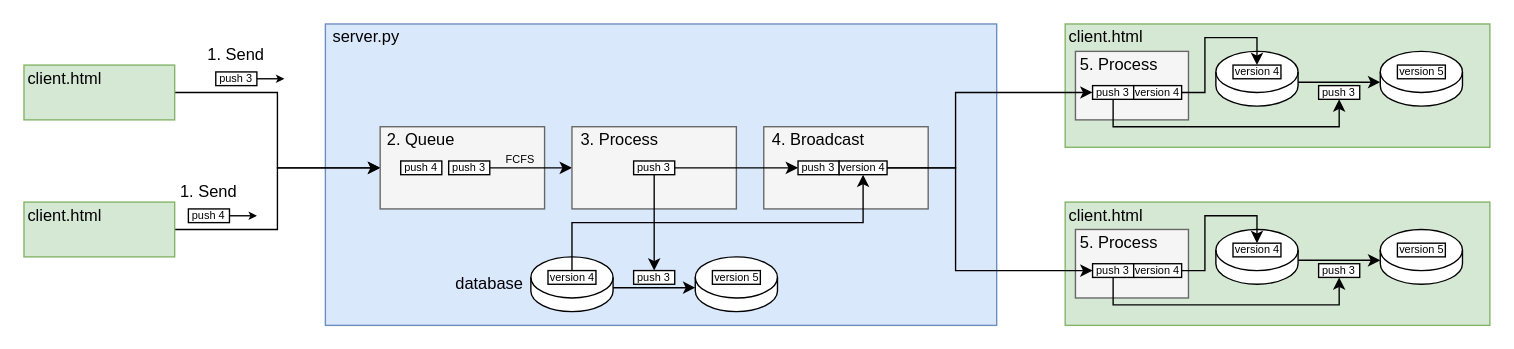
Before: Drafts/flask.drawio in xrysamuel/my-drawio, a draw.io diagram. Source tidied: cells renumbered, new cells numbered last; positions are measured from the earlier drawing's top-left corner, leaving out a move shared by most shapes. Both pictures are drawn from the tidied source at 137%, with x=0, y=0 at pixel (23, 23).
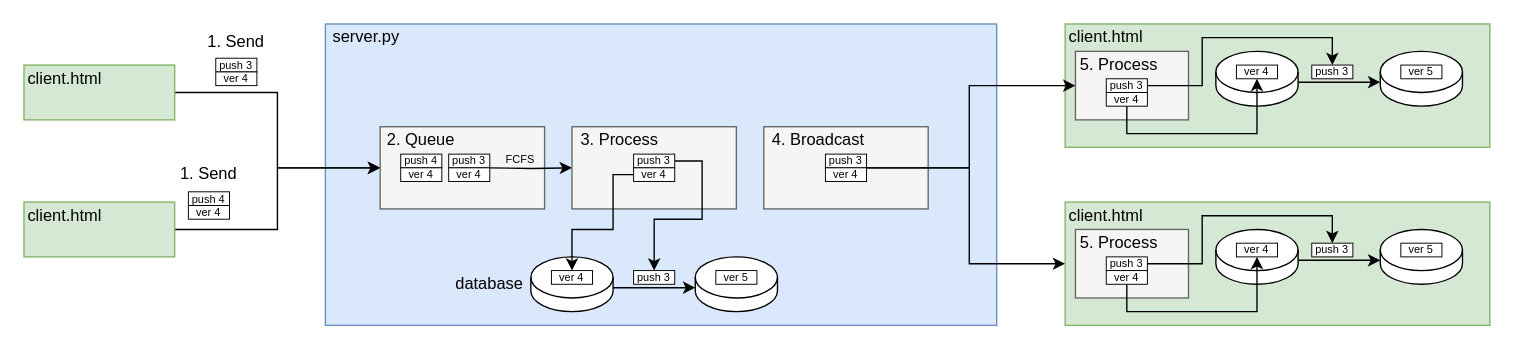
Above is the later version.

The change refers to these unchanged cells:
```xml
<mxCell id="23" style="rounded=0;whiteSpace=wrap;html=1;fillColor=#f5f5f5;fontColor=#333333;strokeColor=#666666;" parent="1" vertex="1">
  <mxGeometry x="400" y="75" width="120" height="60" as="geometry" />
</mxCell>
<mxCell id="55" style="rounded=0;whiteSpace=wrap;html=1;fillColor=#f5f5f5;fontColor=#333333;strokeColor=#666666;" parent="1" vertex="1">
  <mxGeometry x="767.5" y="20" width="82.5" height="50" as="geometry" />
</mxCell>
```

The edit, as a diff of the source:
```diff
@@
-    <mxCell id="2" style="rounded=0;whiteSpace=wrap;html=1;fillColor=#d5e8d4;strokeColor=#82b366;" parent="1" vertex="1">
-      <mxGeometry x="760" y="130" width="310" height="90" as="geometry" />
-    </mxCell>
-    <mxCell id="3" style="rounded=0;whiteSpace=wrap;html=1;fillColor=#f5f5f5;fontColor=#333333;strokeColor=#666666;" parent="1" vertex="1">
-      <mxGeometry x="767.5" y="150" width="82.5" height="50" as="geometry" />
-    </mxCell>
@@
-    <mxCell id="14" style="edgeStyle=orthogonalEdgeStyle;rounded=0;jettySize=auto;html=1;exitX=1;exitY=0.5;exitDx=0;exitDy=0;endSize=3;startSize=3;" parent="1" edge="1" source="15">
-      <mxGeometry relative="1" as="geometry">
-        <mxPoint x="190" y="40" as="targetPoint" />
-      </mxGeometry>
-    </mxCell>
-    <mxCell id="15" value="push 3" style="rounded=0;whiteSpace=wrap;html=1;fontSize=8;strokeWidth=1;" parent="1" vertex="1">
-      <mxGeometry x="140" y="35" width="30" height="10" as="geometry" />
-    </mxCell>
-    <mxCell id="16" style="edgeStyle=orthogonalEdgeStyle;rounded=0;jettySize=auto;html=1;exitX=1;exitY=0.5;exitDx=0;exitDy=0;endArrow=classic;endFill=1;strokeWidth=1;endSize=3;startSize=3;" parent="1" edge="1" source="17">
-      <mxGeometry relative="1" as="geometry">
-        <mxPoint x="170" y="140" as="targetPoint" />
-      </mxGeometry>
-    </mxCell>
-    <mxCell id="17" value="push 4" style="rounded=0;whiteSpace=wrap;html=1;fontSize=8;strokeWidth=1;" parent="1" vertex="1">
-      <mxGeometry x="120" y="135" width="30" height="10" as="geometry" />
+    <mxCell id="17" value="push 4" style="rounded=0;whiteSpace=wrap;html=1;fontSize=8;strokeWidth=0.7;" parent="1" vertex="1">
+      <mxGeometry x="120" y="122.5" width="30" height="10" as="geometry" />
     </mxCell>
     <mxCell id="18" value="1. Send" style="text;html=1;align=center;verticalAlign=middle;whiteSpace=wrap;rounded=0;" parent="1" vertex="1">
-      <mxGeometry x="125" y="10" width="60" height="25" as="geometry" />
+      <mxGeometry x="125" width="60" height="25" as="geometry" />
     </mxCell>
     <mxCell id="19" value="1. Send" style="text;html=1;align=center;verticalAlign=middle;whiteSpace=wrap;rounded=0;" parent="1" vertex="1">
-      <mxGeometry x="105" y="110" width="60" height="25" as="geometry" />
+      <mxGeometry x="105" y="97.5" width="60" height="25" as="geometry" />
     </mxCell>
-    <mxCell id="20" value="push 4" style="rounded=0;whiteSpace=wrap;html=1;fontSize=8;strokeWidth=1;" parent="1" vertex="1">
-      <mxGeometry x="275" y="100" width="30" height="10" as="geometry" />
-    </mxCell>
-    <mxCell id="21" style="edgeStyle=orthogonalEdgeStyle;rounded=0;jettySize=auto;html=1;exitX=1;exitY=0.5;exitDx=0;exitDy=0;" parent="1" edge="1" source="22" target="23">
-      <mxGeometry relative="1" as="geometry" />
+    <mxCell id="21" style="edgeStyle=orthogonalEdgeStyle;rounded=0;jettySize=auto;html=1;exitX=1;exitY=0.5;exitDx=0;exitDy=0;" parent="1" edge="1" target="23">
+      <mxGeometry relative="1" as="geometry">
+        <mxPoint x="340" y="105" as="sourcePoint" />
+      </mxGeometry>
     </mxCell>
-    <mxCell id="22" value="push 3" style="rounded=0;whiteSpace=wrap;html=1;fontSize=8;strokeWidth=1;" parent="1" vertex="1">
-      <mxGeometry x="310" y="100" width="30" height="10" as="geometry" />
-    </mxCell>
@@
-    <mxCell id="26" style="edgeStyle=orthogonalEdgeStyle;rounded=0;jettySize=auto;html=1;exitX=0.5;exitY=1;exitDx=0;exitDy=0;entryX=0.5;entryY=0;entryDx=0;entryDy=0;" parent="1" edge="1" source="27" target="37">
-      <mxGeometry relative="1" as="geometry" />
-    </mxCell>
-    <mxCell id="27" value="push 3" style="rounded=0;whiteSpace=wrap;html=1;fontSize=8;strokeWidth=1;" parent="1" vertex="1">
-      <mxGeometry x="445" y="100" width="30" height="10" as="geometry" />
-    </mxCell>
@@
-    <mxCell id="31" value="push 3" style="rounded=0;whiteSpace=wrap;html=1;fontSize=8;strokeWidth=1;" parent="1" vertex="1">
-      <mxGeometry x="565" y="100" width="30" height="10" as="geometry" />
-    </mxCell>
-    <mxCell id="32" style="edgeStyle=orthogonalEdgeStyle;rounded=0;jettySize=auto;html=1;exitX=0.5;exitY=0;exitDx=0;exitDy=0;entryX=0.5;entryY=1;entryDx=0;entryDy=0;" parent="1" edge="1" source="33" target="39">
-      <mxGeometry relative="1" as="geometry" />
-    </mxCell>
-    <mxCell id="33" value="version 4" style="rounded=0;whiteSpace=wrap;html=1;fontSize=8;strokeWidth=1;" parent="1" vertex="1">
-      <mxGeometry x="382.5" y="180" width="35" height="10" as="geometry" />
-    </mxCell>
@@
-    <mxCell id="35" value="version 5" style="rounded=0;whiteSpace=wrap;html=1;fontSize=8;strokeWidth=1;" parent="1" vertex="1">
-      <mxGeometry x="502.5" y="180" width="35" height="10" as="geometry" />
-    </mxCell>
@@
-    <mxCell id="37" value="push 3" style="rounded=0;whiteSpace=wrap;html=1;fontSize=8;strokeWidth=1;" parent="1" vertex="1">
-      <mxGeometry x="445" y="180" width="30" height="10" as="geometry" />
-    </mxCell>
-    <mxCell id="38" style="edgeStyle=orthogonalEdgeStyle;rounded=0;jettySize=auto;html=1;exitX=1;exitY=0.5;exitDx=0;exitDy=0;entryX=0;entryY=0.5;entryDx=0;entryDy=0;" parent="1" edge="1" source="39" target="44">
-      <mxGeometry relative="1" as="geometry">
-        <Array as="points">
-          <mxPoint x="680" y="105" />
-          <mxPoint x="680" y="180" />
-        </Array>
-      </mxGeometry>
-    </mxCell>
-    <mxCell id="39" value="version 4" style="rounded=0;whiteSpace=wrap;html=1;fontSize=8;strokeWidth=1;" parent="1" vertex="1">
-      <mxGeometry x="595" y="100" width="35" height="10" as="geometry" />
-    </mxCell>
@@
-    <mxCell id="41" style="edgeStyle=orthogonalEdgeStyle;rounded=0;jettySize=auto;html=1;exitX=1;exitY=0.5;exitDx=0;exitDy=0;entryX=0;entryY=0.5;entryDx=0;entryDy=0;" parent="1" edge="1" source="27" target="31">
-      <mxGeometry relative="1" as="geometry" />
-    </mxCell>
-    <mxCell id="42" value="client.html" style="text;html=1;align=center;verticalAlign=middle;whiteSpace=wrap;rounded=0;" parent="1" vertex="1">
-      <mxGeometry x="760" y="130" width="60" height="20" as="geometry" />
-    </mxCell>
-    <mxCell id="43" style="edgeStyle=orthogonalEdgeStyle;rounded=0;jettySize=auto;html=1;exitX=0.5;exitY=1;exitDx=0;exitDy=0;entryX=0.5;entryY=1;entryDx=0;entryDy=0;" parent="1" edge="1" source="44" target="51">
-      <mxGeometry relative="1" as="geometry" />
-    </mxCell>
-    <mxCell id="44" value="push 3" style="rounded=0;whiteSpace=wrap;html=1;fontSize=8;strokeWidth=1;" parent="1" vertex="1">
-      <mxGeometry x="780" y="175" width="30" height="10" as="geometry" />
-    </mxCell>
-    <mxCell id="45" value="version 4" style="rounded=0;whiteSpace=wrap;html=1;fontSize=8;strokeWidth=1;" parent="1" vertex="1">
-      <mxGeometry x="810" y="175" width="35" height="10" as="geometry" />
-    </mxCell>
-    <mxCell id="46" style="shape=cylinder3;whiteSpace=wrap;html=1;boundedLbl=1;backgroundOutline=1;size=15;" parent="1" vertex="1">
-      <mxGeometry x="870" y="150" width="60" height="40" as="geometry" />
-    </mxCell>
-    <mxCell id="47" value="version 4" style="rounded=0;whiteSpace=wrap;html=1;fontSize=8;strokeWidth=1;" parent="1" vertex="1">
-      <mxGeometry x="882.5" y="160" width="35" height="10" as="geometry" />
-    </mxCell>
-    <mxCell id="48" style="shape=cylinder3;whiteSpace=wrap;html=1;boundedLbl=1;backgroundOutline=1;size=15;" parent="1" vertex="1">
-      <mxGeometry x="990" y="150" width="60" height="40" as="geometry" />
-    </mxCell>
-    <mxCell id="49" value="version 5" style="rounded=0;whiteSpace=wrap;html=1;fontSize=8;strokeWidth=1;" parent="1" vertex="1">
-      <mxGeometry x="1002.5" y="160" width="35" height="10" as="geometry" />
-    </mxCell>
-    <mxCell id="50" style="edgeStyle=orthogonalEdgeStyle;rounded=0;jettySize=auto;html=1;exitX=1;exitY=0;exitDx=0;exitDy=22.5;exitPerimeter=0;entryX=0;entryY=0;entryDx=0;entryDy=22.5;entryPerimeter=0;" parent="1" edge="1" source="46" target="48">
-      <mxGeometry relative="1" as="geometry" />
-    </mxCell>
-    <mxCell id="51" value="push 3" style="rounded=0;whiteSpace=wrap;html=1;fontSize=8;strokeWidth=1;" parent="1" vertex="1">
-      <mxGeometry x="945" y="175" width="30" height="10" as="geometry" />
-    </mxCell>
-    <mxCell id="52" value="5. Process" style="text;html=1;align=center;verticalAlign=middle;whiteSpace=wrap;rounded=0;" parent="1" vertex="1">
-      <mxGeometry x="767.5" y="150" width="62.5" height="20" as="geometry" />
-    </mxCell>
-    <mxCell id="53" style="edgeStyle=orthogonalEdgeStyle;rounded=0;jettySize=auto;html=1;exitX=1;exitY=0.5;exitDx=0;exitDy=0;entryX=0.5;entryY=0;entryDx=0;entryDy=0;" parent="1" edge="1" source="45" target="47">
-      <mxGeometry relative="1" as="geometry">
-        <Array as="points">
-          <mxPoint x="862" y="180" />
-          <mxPoint x="862" y="140" />
-          <mxPoint x="900" y="140" />
-        </Array>
-      </mxGeometry>
-    </mxCell>
@@
-    <mxCell id="57" style="edgeStyle=orthogonalEdgeStyle;rounded=0;jettySize=auto;html=1;exitX=0.5;exitY=1;exitDx=0;exitDy=0;entryX=0.5;entryY=1;entryDx=0;entryDy=0;" parent="1" edge="1" source="58" target="65">
-      <mxGeometry relative="1" as="geometry" />
-    </mxCell>
-    <mxCell id="58" value="push 3" style="rounded=0;whiteSpace=wrap;html=1;fontSize=8;strokeWidth=1;" parent="1" vertex="1">
-      <mxGeometry x="780" y="45" width="30" height="10" as="geometry" />
-    </mxCell>
-    <mxCell id="59" value="version 4" style="rounded=0;whiteSpace=wrap;html=1;fontSize=8;strokeWidth=1;" parent="1" vertex="1">
-      <mxGeometry x="810" y="45" width="35" height="10" as="geometry" />
-    </mxCell>
@@
-    <mxCell id="61" value="version 4" style="rounded=0;whiteSpace=wrap;html=1;fontSize=8;strokeWidth=1;" parent="1" vertex="1">
-      <mxGeometry x="882.5" y="30" width="35" height="10" as="geometry" />
-    </mxCell>
@@
-    <mxCell id="63" value="version 5" style="rounded=0;whiteSpace=wrap;html=1;fontSize=8;strokeWidth=1;" parent="1" vertex="1">
-      <mxGeometry x="1002.5" y="30" width="35" height="10" as="geometry" />
-    </mxCell>
@@
-    <mxCell id="65" value="push 3" style="rounded=0;whiteSpace=wrap;html=1;fontSize=8;strokeWidth=1;" parent="1" vertex="1">
-      <mxGeometry x="945" y="45" width="30" height="10" as="geometry" />
-    </mxCell>
@@
-    <mxCell id="67" style="edgeStyle=orthogonalEdgeStyle;rounded=0;jettySize=auto;html=1;exitX=1;exitY=0.5;exitDx=0;exitDy=0;entryX=0.5;entryY=0;entryDx=0;entryDy=0;" parent="1" edge="1" source="59" target="61">
-      <mxGeometry relative="1" as="geometry">
-        <Array as="points">
-          <mxPoint x="862" y="50" />
-          <mxPoint x="862" y="10" />
-          <mxPoint x="900" y="10" />
-        </Array>
-      </mxGeometry>
-    </mxCell>
-    <mxCell id="68" style="edgeStyle=orthogonalEdgeStyle;rounded=0;jettySize=auto;html=1;exitX=1;exitY=0.5;exitDx=0;exitDy=0;entryX=0;entryY=0.5;entryDx=0;entryDy=0;" parent="1" edge="1" source="39" target="58">
-      <mxGeometry relative="1" as="geometry">
-        <Array as="points">
-          <mxPoint x="680" y="105" />
-          <mxPoint x="680" y="50" />
-        </Array>
-      </mxGeometry>
-    </mxCell>
+    <mxCell id="69" value="ver 4" style="rounded=0;whiteSpace=wrap;html=1;fontSize=8;strokeWidth=0.7;" parent="1" vertex="1">
+      <mxGeometry x="120" y="132.5" width="30" height="10" as="geometry" />
+    </mxCell>
+    <mxCell id="70" value="push 3" style="rounded=0;whiteSpace=wrap;html=1;fontSize=8;strokeWidth=0.7;" parent="1" vertex="1">
+      <mxGeometry x="140" y="25" width="30" height="10" as="geometry" />
+    </mxCell>
+    <mxCell id="71" value="ver 4" style="rounded=0;whiteSpace=wrap;html=1;fontSize=8;strokeWidth=0.7;" parent="1" vertex="1">
+      <mxGeometry x="140" y="35" width="30" height="10" as="geometry" />
+    </mxCell>
+    <mxCell id="72" value="push 3" style="rounded=0;whiteSpace=wrap;html=1;fontSize=8;strokeWidth=0.7;" parent="1" vertex="1">
+      <mxGeometry x="310" y="95" width="30" height="10" as="geometry" />
+    </mxCell>
+    <mxCell id="73" value="ver 4" style="rounded=0;whiteSpace=wrap;html=1;fontSize=8;strokeWidth=0.7;" parent="1" vertex="1">
+      <mxGeometry x="310" y="105" width="30" height="10" as="geometry" />
+    </mxCell>
+    <mxCell id="20" value="push 4" style="rounded=0;whiteSpace=wrap;html=1;fontSize=8;strokeWidth=0.7;" parent="1" vertex="1">
+      <mxGeometry x="275" y="95" width="30" height="10" as="geometry" />
+    </mxCell>
+    <mxCell id="74" value="ver 4" style="rounded=0;whiteSpace=wrap;html=1;fontSize=8;strokeWidth=0.7;" parent="1" vertex="1">
+      <mxGeometry x="275" y="105" width="30" height="10" as="geometry" />
+    </mxCell>
+    <mxCell id="75" style="edgeStyle=orthogonalEdgeStyle;rounded=0;jettySize=auto;html=1;exitX=1;exitY=0.5;exitDx=0;exitDy=0;entryX=0.5;entryY=0;entryDx=0;entryDy=0;" parent="1" edge="1" source="76" target="81">
+      <mxGeometry relative="1" as="geometry" />
+    </mxCell>
+    <mxCell id="76" value="push 3" style="rounded=0;whiteSpace=wrap;html=1;fontSize=8;strokeWidth=0.7;" parent="1" vertex="1">
+      <mxGeometry x="445" y="95" width="30" height="10" as="geometry" />
+    </mxCell>
+    <mxCell id="77" style="edgeStyle=orthogonalEdgeStyle;rounded=0;jettySize=auto;html=1;exitX=0;exitY=0.5;exitDx=0;exitDy=0;entryX=0.5;entryY=0;entryDx=0;entryDy=0;" parent="1" edge="1" source="78" target="79">
+      <mxGeometry relative="1" as="geometry">
+        <Array as="points">
+          <mxPoint x="430" y="110" />
+          <mxPoint x="430" y="150" />
+          <mxPoint x="400" y="150" />
+        </Array>
+      </mxGeometry>
+    </mxCell>
+    <mxCell id="78" value="ver 4" style="rounded=0;whiteSpace=wrap;html=1;fontSize=8;strokeWidth=0.7;" parent="1" vertex="1">
+      <mxGeometry x="445" y="105" width="30" height="10" as="geometry" />
+    </mxCell>
+    <mxCell id="79" value="ver 4" style="rounded=0;whiteSpace=wrap;html=1;fontSize=8;strokeWidth=0.7;" parent="1" vertex="1">
+      <mxGeometry x="385" y="180" width="30" height="10" as="geometry" />
+    </mxCell>
+    <mxCell id="80" value="ver 5" style="rounded=0;whiteSpace=wrap;html=1;fontSize=8;strokeWidth=0.7;" parent="1" vertex="1">
+      <mxGeometry x="505" y="180" width="30" height="10" as="geometry" />
+    </mxCell>
+    <mxCell id="81" value="push 3" style="rounded=0;whiteSpace=wrap;html=1;fontSize=8;strokeWidth=0.7;" parent="1" vertex="1">
+      <mxGeometry x="445" y="180" width="30" height="10" as="geometry" />
+    </mxCell>
+    <mxCell id="82" value="push 3" style="rounded=0;whiteSpace=wrap;html=1;fontSize=8;strokeWidth=0.7;" parent="1" vertex="1">
+      <mxGeometry x="585" y="95" width="30" height="10" as="geometry" />
+    </mxCell>
+    <mxCell id="83" style="edgeStyle=orthogonalEdgeStyle;rounded=0;jettySize=auto;html=1;exitX=1;exitY=0;exitDx=0;exitDy=0;entryX=0;entryY=0.5;entryDx=0;entryDy=0;" parent="1" edge="1" source="85" target="55">
+      <mxGeometry relative="1" as="geometry">
+        <Array as="points">
+          <mxPoint x="690" y="105" />
+          <mxPoint x="690" y="45" />
+        </Array>
+      </mxGeometry>
+    </mxCell>
+    <mxCell id="84" style="edgeStyle=orthogonalEdgeStyle;rounded=0;jettySize=auto;html=1;exitX=1;exitY=0;exitDx=0;exitDy=0;entryX=0;entryY=0.5;entryDx=0;entryDy=0;" parent="1" edge="1" source="85" target="2">
+      <mxGeometry relative="1" as="geometry">
+        <Array as="points">
+          <mxPoint x="690" y="105" />
+          <mxPoint x="690" y="175" />
+        </Array>
+      </mxGeometry>
+    </mxCell>
+    <mxCell id="85" value="ver 4" style="rounded=0;whiteSpace=wrap;html=1;fontSize=8;strokeWidth=0.7;" parent="1" vertex="1">
+      <mxGeometry x="585" y="105" width="30" height="10" as="geometry" />
+    </mxCell>
+    <mxCell id="86" style="edgeStyle=orthogonalEdgeStyle;rounded=0;jettySize=auto;html=1;exitX=1;exitY=0.5;exitDx=0;exitDy=0;entryX=0.5;entryY=0;entryDx=0;entryDy=0;" parent="1" edge="1" source="87" target="90">
+      <mxGeometry relative="1" as="geometry">
+        <Array as="points">
+          <mxPoint x="860" y="45" />
+          <mxPoint x="860" y="10" />
+          <mxPoint x="955" y="10" />
+        </Array>
+      </mxGeometry>
+    </mxCell>
+    <mxCell id="87" value="push 3" style="rounded=0;whiteSpace=wrap;html=1;fontSize=8;strokeWidth=0.7;" parent="1" vertex="1">
+      <mxGeometry x="790" y="40" width="30" height="10" as="geometry" />
+    </mxCell>
+    <mxCell id="88" style="edgeStyle=orthogonalEdgeStyle;rounded=0;jettySize=auto;html=1;exitX=0.5;exitY=1;exitDx=0;exitDy=0;entryX=0.5;entryY=1;entryDx=0;entryDy=0;" parent="1" edge="1" source="89" target="91">
+      <mxGeometry relative="1" as="geometry" />
+    </mxCell>
+    <mxCell id="89" value="ver 4" style="rounded=0;whiteSpace=wrap;html=1;fontSize=8;strokeWidth=0.7;" parent="1" vertex="1">
+      <mxGeometry x="790" y="50" width="30" height="10" as="geometry" />
+    </mxCell>
+    <mxCell id="90" value="push 3" style="rounded=0;whiteSpace=wrap;html=1;fontSize=8;strokeWidth=0.7;" parent="1" vertex="1">
+      <mxGeometry x="940" y="30" width="30" height="10" as="geometry" />
+    </mxCell>
+    <mxCell id="91" value="ver 4" style="rounded=0;whiteSpace=wrap;html=1;fontSize=8;strokeWidth=0.7;" parent="1" vertex="1">
+      <mxGeometry x="885" y="30" width="30" height="10" as="geometry" />
+    </mxCell>
+    <mxCell id="92" value="ver 5" style="rounded=0;whiteSpace=wrap;html=1;fontSize=8;strokeWidth=0.7;" parent="1" vertex="1">
+      <mxGeometry x="1005" y="30" width="30" height="10" as="geometry" />
+    </mxCell>
+    <mxCell id="2" style="rounded=0;whiteSpace=wrap;html=1;fillColor=#d5e8d4;strokeColor=#82b366;" parent="1" vertex="1">
+      <mxGeometry x="760" y="130" width="310" height="90" as="geometry" />
+    </mxCell>
+    <mxCell id="3" style="rounded=0;whiteSpace=wrap;html=1;fillColor=#f5f5f5;fontColor=#333333;strokeColor=#666666;" parent="1" vertex="1">
+      <mxGeometry x="767.5" y="150" width="82.5" height="50" as="geometry" />
+    </mxCell>
+    <mxCell id="42" value="client.html" style="text;html=1;align=center;verticalAlign=middle;whiteSpace=wrap;rounded=0;" parent="1" vertex="1">
+      <mxGeometry x="760" y="130" width="60" height="20" as="geometry" />
+    </mxCell>
+    <mxCell id="46" style="shape=cylinder3;whiteSpace=wrap;html=1;boundedLbl=1;backgroundOutline=1;size=15;" parent="1" vertex="1">
+      <mxGeometry x="870" y="150" width="60" height="40" as="geometry" />
+    </mxCell>
+    <mxCell id="48" style="shape=cylinder3;whiteSpace=wrap;html=1;boundedLbl=1;backgroundOutline=1;size=15;" parent="1" vertex="1">
+      <mxGeometry x="990" y="150" width="60" height="40" as="geometry" />
+    </mxCell>
+    <mxCell id="50" style="edgeStyle=orthogonalEdgeStyle;rounded=0;jettySize=auto;html=1;exitX=1;exitY=0;exitDx=0;exitDy=22.5;exitPerimeter=0;entryX=0;entryY=0;entryDx=0;entryDy=22.5;entryPerimeter=0;" parent="1" edge="1" source="46" target="48">
+      <mxGeometry relative="1" as="geometry" />
+    </mxCell>
+    <mxCell id="52" value="5. Process" style="text;html=1;align=center;verticalAlign=middle;whiteSpace=wrap;rounded=0;" parent="1" vertex="1">
+      <mxGeometry x="767.5" y="150" width="62.5" height="20" as="geometry" />
+    </mxCell>
+    <mxCell id="93" style="edgeStyle=orthogonalEdgeStyle;rounded=0;jettySize=auto;html=1;exitX=1;exitY=0.5;exitDx=0;exitDy=0;entryX=0.5;entryY=0;entryDx=0;entryDy=0;" parent="1" edge="1" source="94" target="97">
+      <mxGeometry relative="1" as="geometry">
+        <Array as="points">
+          <mxPoint x="860" y="175" />
+          <mxPoint x="860" y="140" />
+          <mxPoint x="955" y="140" />
+        </Array>
+      </mxGeometry>
+    </mxCell>
+    <mxCell id="94" value="push 3" style="rounded=0;whiteSpace=wrap;html=1;fontSize=8;strokeWidth=0.7;" parent="1" vertex="1">
+      <mxGeometry x="790" y="170" width="30" height="10" as="geometry" />
+    </mxCell>
+    <mxCell id="95" style="edgeStyle=orthogonalEdgeStyle;rounded=0;jettySize=auto;html=1;exitX=0.5;exitY=1;exitDx=0;exitDy=0;entryX=0.5;entryY=1;entryDx=0;entryDy=0;" parent="1" edge="1" source="96" target="98">
+      <mxGeometry relative="1" as="geometry" />
+    </mxCell>
+    <mxCell id="96" value="ver 4" style="rounded=0;whiteSpace=wrap;html=1;fontSize=8;strokeWidth=0.7;" parent="1" vertex="1">
+      <mxGeometry x="790" y="180" width="30" height="10" as="geometry" />
+    </mxCell>
+    <mxCell id="97" value="push 3" style="rounded=0;whiteSpace=wrap;html=1;fontSize=8;strokeWidth=0.7;" parent="1" vertex="1">
+      <mxGeometry x="940" y="160" width="30" height="10" as="geometry" />
+    </mxCell>
+    <mxCell id="98" value="ver 4" style="rounded=0;whiteSpace=wrap;html=1;fontSize=8;strokeWidth=0.7;" parent="1" vertex="1">
+      <mxGeometry x="885" y="160" width="30" height="10" as="geometry" />
+    </mxCell>
+    <mxCell id="99" value="ver 5" style="rounded=0;whiteSpace=wrap;html=1;fontSize=8;strokeWidth=0.7;" parent="1" vertex="1">
+      <mxGeometry x="1005" y="160" width="30" height="10" as="geometry" />
+    </mxCell>
```
